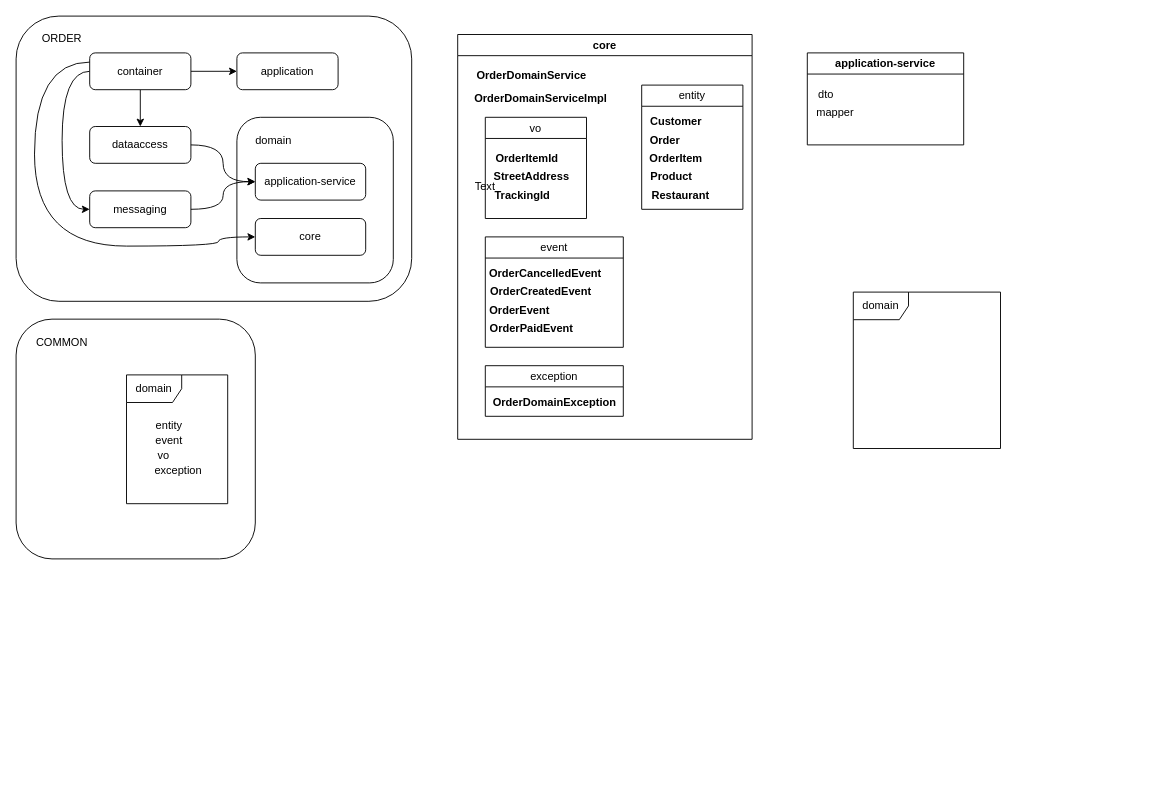
Earlier version of the draw.io diagram jays-fos-blueprint1.drawio (jays-codes/diagrams). Source tidied: cells renumbered, new cells numbered last; positions are measured from the earlier drawing's top-left corner, leaving out a move shared by most shapes. Both pictures are drawn from the tidied source at 92%, with x=0, y=0 at pixel (16, 16).
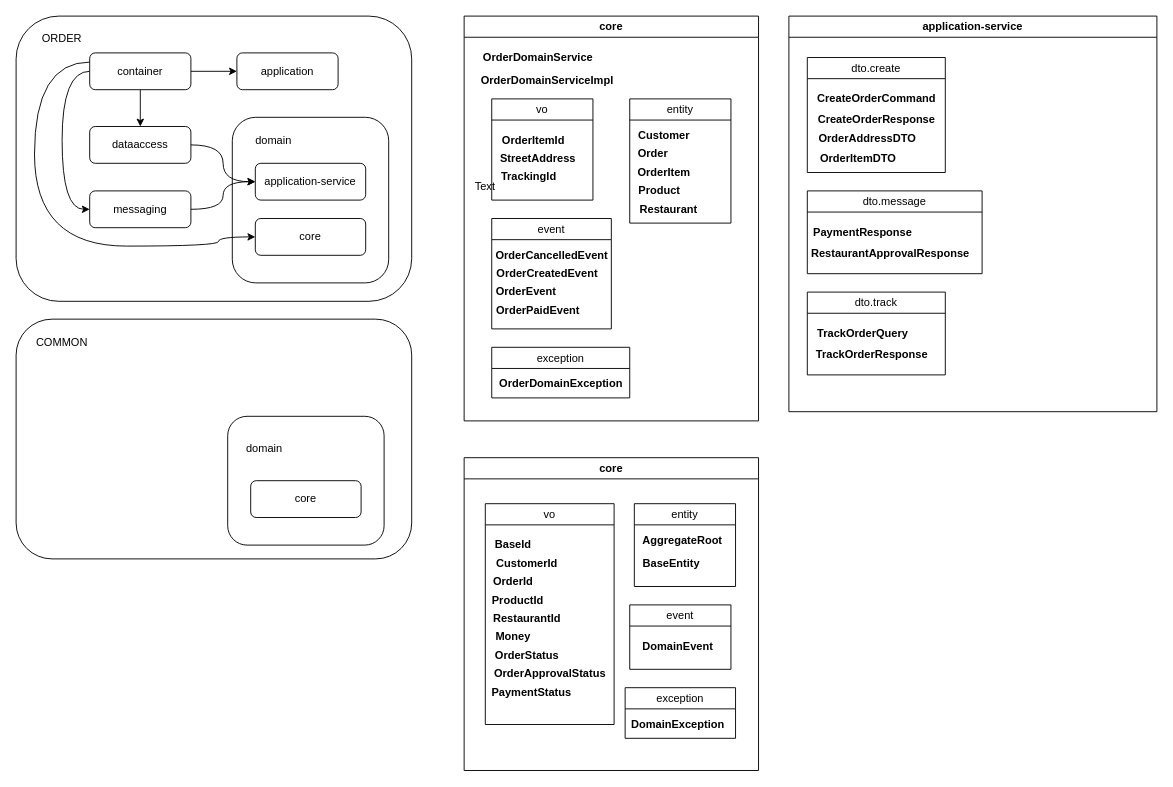
The same page after the edit.

Commit message:
added modules: common-domain-core, order-domain-core, order-domain-application-service

Diff of the diagram source:
```diff
@@
     <mxCell id="2" value="application-service" style="swimlane;whiteSpace=wrap;html=1;" parent="1" vertex="1">
-      <mxGeometry x="860" y="40" width="170" height="100" as="geometry" />
+      <mxGeometry x="840" width="400" height="430" as="geometry" />
     </mxCell>
-    <mxCell id="3" value="dto" style="text;html=1;align=center;verticalAlign=middle;strokeColor=none;fillColor=none;" parent="2" vertex="1">
-      <mxGeometry y="30" width="40" height="30" as="geometry" />
-    </mxCell>
-    <mxCell id="4" value="mapper" style="text;html=1;align=center;verticalAlign=middle;strokeColor=none;fillColor=none;" parent="2" vertex="1">
-      <mxGeometry y="50" width="60" height="30" as="geometry" />
-    </mxCell>
+    <mxCell id="52" value="&lt;span style=&quot;font-weight: normal;&quot;&gt;dto.create&lt;/span&gt;" style="swimlane;whiteSpace=wrap;html=1;align=center;" parent="2" vertex="1">
+      <mxGeometry x="20" y="45" width="150" height="125" as="geometry" />
+    </mxCell>
+    <mxCell id="53" value="CreateOrderCommand" style="text;html=1;align=center;verticalAlign=middle;strokeColor=none;fillColor=none;fontStyle=1;" parent="52" vertex="1">
+      <mxGeometry y="30" width="150" height="30" as="geometry" />
+    </mxCell>
+    <mxCell id="54" value="OrderAddressDTO" style="text;html=1;align=center;verticalAlign=middle;strokeColor=none;fillColor=none;fontStyle=1;" parent="52" vertex="1">
+      <mxGeometry x="5" y="73" width="120" height="30" as="geometry" />
+    </mxCell>
+    <mxCell id="55" value="CreateOrderResponse" style="text;html=1;align=center;verticalAlign=middle;strokeColor=none;fillColor=none;fontStyle=1;" parent="52" vertex="1">
+      <mxGeometry x="5" y="52.5" width="140" height="30" as="geometry" />
+    </mxCell>
+    <mxCell id="56" value="OrderItemDTO" style="text;html=1;align=center;verticalAlign=middle;strokeColor=none;fillColor=none;fontStyle=1;" parent="52" vertex="1">
+      <mxGeometry x="5" y="95" width="100" height="30" as="geometry" />
+    </mxCell>
+    <mxCell id="57" value="&lt;span style=&quot;font-weight: normal;&quot;&gt;dto.message&lt;/span&gt;" style="swimlane;whiteSpace=wrap;html=1;align=center;" parent="2" vertex="1">
+      <mxGeometry x="20" y="190" width="190" height="90" as="geometry" />
+    </mxCell>
+    <mxCell id="58" value="PaymentResponse" style="text;html=1;align=center;verticalAlign=middle;strokeColor=none;fillColor=none;fontStyle=1;" parent="57" vertex="1">
+      <mxGeometry y="30" width="120" height="30" as="geometry" />
+    </mxCell>
+    <mxCell id="59" value="RestaurantApprovalResponse" style="text;html=1;align=center;verticalAlign=middle;strokeColor=none;fillColor=none;fontStyle=1;" parent="57" vertex="1">
+      <mxGeometry y="52.5" width="180" height="30" as="geometry" />
+    </mxCell>
+    <mxCell id="60" value="&lt;span style=&quot;font-weight: normal;&quot;&gt;dto.track&lt;/span&gt;" style="swimlane;whiteSpace=wrap;html=1;align=center;" parent="2" vertex="1">
+      <mxGeometry x="20" y="300" width="150" height="90" as="geometry" />
+    </mxCell>
+    <mxCell id="61" value="TrackOrderQuery" style="text;html=1;align=center;verticalAlign=middle;strokeColor=none;fillColor=none;fontStyle=1;" parent="60" vertex="1">
+      <mxGeometry y="30" width="120" height="30" as="geometry" />
+    </mxCell>
+    <mxCell id="62" value="TrackOrderResponse" style="text;html=1;align=center;verticalAlign=middle;strokeColor=none;fillColor=none;fontStyle=1;" parent="60" vertex="1">
+      <mxGeometry y="52.5" width="140" height="30" as="geometry" />
+    </mxCell>
@@
     <mxCell id="14" style="rounded=1;whiteSpace=wrap;html=1;" parent="1" vertex="1">
-      <mxGeometry y="329.4" width="260" height="260.6" as="geometry" />
+      <mxGeometry y="329.4" width="430" height="260.6" as="geometry" />
     </mxCell>
@@
     <mxCell id="16" style="rounded=1;whiteSpace=wrap;html=1;" parent="1" vertex="1">
-      <mxGeometry x="240" y="110" width="170" height="180" as="geometry" />
+      <mxGeometry x="235" y="110" width="170" height="180" as="geometry" />
     </mxCell>
-    <mxCell id="17" style="group;" parent="1" vertex="1">
-      <mxGeometry x="120" y="390" width="110" height="140" as="geometry" />
-    </mxCell>
-    <mxCell id="18" value="domain" style="shape=umlFrame;whiteSpace=wrap;html=1;" parent="17" vertex="1">
-      <mxGeometry width="110" height="140" as="geometry" />
-    </mxCell>
-    <mxCell id="19" value="entity" style="text;html=1;align=center;verticalAlign=middle;strokeColor=none;fillColor=none;" parent="17" vertex="1">
-      <mxGeometry x="21.4" y="40" width="50" height="30" as="geometry" />
-    </mxCell>
-    <mxCell id="20" value="event" style="text;html=1;align=center;verticalAlign=middle;strokeColor=none;fillColor=none;" parent="17" vertex="1">
-      <mxGeometry x="21.4" y="56.5" width="50" height="30" as="geometry" />
-    </mxCell>
-    <mxCell id="21" value="vo" style="text;html=1;align=center;verticalAlign=middle;strokeColor=none;fillColor=none;" parent="17" vertex="1">
-      <mxGeometry x="20" y="72.9" width="40" height="30" as="geometry" />
-    </mxCell>
-    <mxCell id="22" value="exception" style="text;html=1;align=center;verticalAlign=middle;strokeColor=none;fillColor=none;" parent="17" vertex="1">
-      <mxGeometry x="21.4" y="89.4" width="70" height="30" as="geometry" />
-    </mxCell>
     <mxCell id="23" value="core" style="swimlane;whiteSpace=wrap;html=1;" parent="1" vertex="1">
-      <mxGeometry x="480" y="20" width="320" height="440" as="geometry" />
+      <mxGeometry x="487" width="320" height="440" as="geometry" />
     </mxCell>
@@
     <mxCell id="28" value="&lt;span style=&quot;font-weight: normal;&quot;&gt;event&lt;/span&gt;" style="swimlane;whiteSpace=wrap;html=1;align=center;" parent="23" vertex="1">
-      <mxGeometry x="30" y="220" width="150" height="120" as="geometry" />
+      <mxGeometry x="30" y="220" width="130" height="120" as="geometry" />
     </mxCell>
@@
     <mxCell id="35" value="&lt;span style=&quot;font-weight: normal;&quot;&gt;entity&lt;/span&gt;" style="swimlane;whiteSpace=wrap;html=1;align=center;" parent="23" vertex="1">
-      <mxGeometry x="200" y="55" width="110" height="135" as="geometry" />
+      <mxGeometry x="180" y="90" width="110" height="135" as="geometry" />
     </mxCell>
@@
-    <mxCell id="44" style="group;" parent="1" vertex="1">
-      <mxGeometry x="870" y="150" width="200" height="320" as="geometry" />
-    </mxCell>
-    <mxCell id="45" value="domain" style="shape=umlFrame;whiteSpace=wrap;html=1;" parent="44" vertex="1">
-      <mxGeometry x="40" y="150" width="160" height="170" as="geometry" />
-    </mxCell>
@@
+    <mxCell id="63" style="group;" parent="1" vertex="1">
+      <mxGeometry x="230" y="435" width="170" height="140" as="geometry" />
+    </mxCell>
+    <mxCell id="64" style="rounded=1;whiteSpace=wrap;html=1;" parent="63" vertex="1">
+      <mxGeometry width="170" height="140" as="geometry" />
+    </mxCell>
+    <mxCell id="65" value="domain" style="text;html=1;align=center;verticalAlign=middle;whiteSpace=wrap;rounded=0;" parent="63" vertex="1">
+      <mxGeometry x="10" y="20" width="60" height="30" as="geometry" />
+    </mxCell>
+    <mxCell id="66" value="core" style="rounded=1;whiteSpace=wrap;html=1;" parent="63" vertex="1">
+      <mxGeometry x="25" y="70" width="120" height="40" as="geometry" />
+    </mxCell>
+    <mxCell id="67" value="core" style="swimlane;whiteSpace=wrap;html=1;" parent="1" vertex="1">
+      <mxGeometry x="487" y="480" width="320" height="340" as="geometry" />
+    </mxCell>
+    <mxCell id="21" value="&lt;span style=&quot;font-weight: normal;&quot;&gt;vo&lt;/span&gt;" style="swimlane;whiteSpace=wrap;html=1;align=center;" parent="67" vertex="1">
+      <mxGeometry x="23" y="50" width="140" height="240" as="geometry" />
+    </mxCell>
+    <mxCell id="68" value="BaseId" style="text;html=1;align=center;verticalAlign=middle;strokeColor=none;fillColor=none;fontStyle=1;" parent="21" vertex="1">
+      <mxGeometry y="30" width="60" height="30" as="geometry" />
+    </mxCell>
+    <mxCell id="69" value="Money" style="text;html=1;align=center;verticalAlign=middle;strokeColor=none;fillColor=none;fontStyle=1;" parent="21" vertex="1">
+      <mxGeometry y="130" width="60" height="30" as="geometry" />
+    </mxCell>
+    <mxCell id="70" value="CustomerId" style="text;html=1;align=center;verticalAlign=middle;strokeColor=none;fillColor=none;fontStyle=1;" parent="21" vertex="1">
+      <mxGeometry y="50" width="90" height="30" as="geometry" />
+    </mxCell>
+    <mxCell id="71" value="OrderApprovalStatus" style="text;html=1;align=center;verticalAlign=middle;strokeColor=none;fillColor=none;fontStyle=1;" parent="21" vertex="1">
+      <mxGeometry y="170" width="140" height="30" as="geometry" />
+    </mxCell>
+    <mxCell id="72" value="OrderId" style="text;html=1;align=center;verticalAlign=middle;strokeColor=none;fillColor=none;fontStyle=1;" parent="21" vertex="1">
+      <mxGeometry y="70" width="60" height="30" as="geometry" />
+    </mxCell>
+    <mxCell id="73" value="OrderStatus" style="text;html=1;align=center;verticalAlign=middle;strokeColor=none;fillColor=none;fontStyle=1;" parent="21" vertex="1">
+      <mxGeometry y="150" width="90" height="30" as="geometry" />
+    </mxCell>
+    <mxCell id="74" value="PaymentStatus" style="text;html=1;align=center;verticalAlign=middle;strokeColor=none;fillColor=none;fontStyle=1;" parent="21" vertex="1">
+      <mxGeometry y="190" width="100" height="30" as="geometry" />
+    </mxCell>
+    <mxCell id="75" value="ProductId" style="text;html=1;align=center;verticalAlign=middle;strokeColor=none;fillColor=none;fontStyle=1;" parent="21" vertex="1">
+      <mxGeometry y="90" width="70" height="30" as="geometry" />
+    </mxCell>
+    <mxCell id="76" value="RestaurantId" style="text;html=1;align=center;verticalAlign=middle;strokeColor=none;fillColor=none;fontStyle=1;" parent="21" vertex="1">
+      <mxGeometry y="110" width="90" height="30" as="geometry" />
+    </mxCell>
+    <mxCell id="20" value="&lt;span style=&quot;font-weight: normal;&quot;&gt;event&lt;/span&gt;" style="swimlane;whiteSpace=wrap;html=1;align=center;" parent="67" vertex="1">
+      <mxGeometry x="180" y="160" width="110" height="70" as="geometry" />
+    </mxCell>
+    <mxCell id="77" value="DomainEvent" style="text;html=1;align=center;verticalAlign=middle;strokeColor=none;fillColor=none;fontStyle=1;" parent="20" vertex="1">
+      <mxGeometry x="2" y="30" width="100" height="30" as="geometry" />
+    </mxCell>
+    <mxCell id="22" value="&lt;span style=&quot;font-weight: normal;&quot;&gt;exception&lt;/span&gt;" style="swimlane;whiteSpace=wrap;html=1;align=center;" parent="67" vertex="1">
+      <mxGeometry x="175" y="250" width="120" height="55" as="geometry" />
+    </mxCell>
+    <mxCell id="78" value="DomainException" style="text;html=1;align=center;verticalAlign=middle;strokeColor=none;fillColor=none;fontStyle=1;" parent="22" vertex="1">
+      <mxGeometry x="-3" y="25" width="120" height="30" as="geometry" />
+    </mxCell>
+    <mxCell id="19" value="&lt;span style=&quot;font-weight: normal;&quot;&gt;entity&lt;/span&gt;" style="swimlane;whiteSpace=wrap;html=1;align=center;" parent="67" vertex="1">
+      <mxGeometry x="185" y="50" width="110" height="90" as="geometry" />
+    </mxCell>
+    <mxCell id="79" value="AggregateRoot" style="text;html=1;align=center;verticalAlign=middle;strokeColor=none;fillColor=none;fontStyle=1;" parent="19" vertex="1">
+      <mxGeometry x="2" y="25" width="100" height="30" as="geometry" />
+    </mxCell>
+    <mxCell id="80" value="BaseEntity" style="text;html=1;align=center;verticalAlign=middle;strokeColor=none;fillColor=none;fontStyle=1;" parent="19" vertex="1">
+      <mxGeometry y="50" width="80" height="30" as="geometry" />
+    </mxCell>
```
